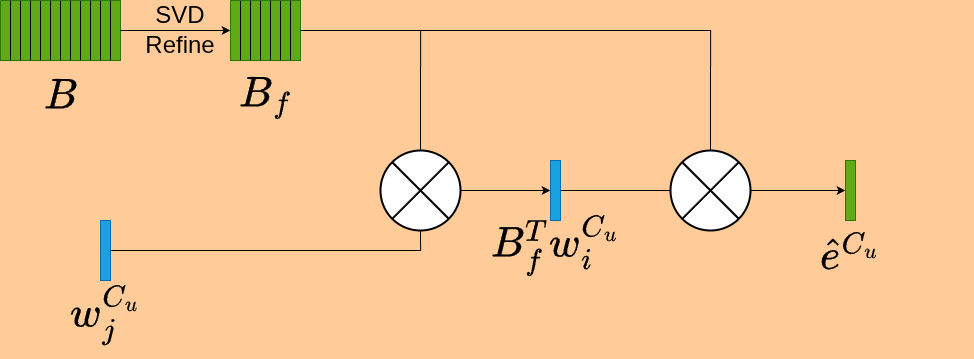
The draw.io diagram images/Class_embedding_mapping.drawio.png in samjoash9/SFSAGEpaper, before a commit. Source tidied: cells renumbered, new cells last; positions are measured from the earlier drawing's top-left corner, leaving out a move shared by most shapes. The source it was exported from:
```xml
<mxGraphModel background="#FFCC99" math="1">
  <root>
    <mxCell id="0" />
    <mxCell id="1" parent="0" />
    <mxCell id="2" style="verticalLabelPosition=bottom;verticalAlign=top;html=1;shape=mxgraph.basic.patternFillRect;fillStyle=vert;step=10;fillStrokeWidth=1;fillStrokeColor=#000000;fillColor=#60a917;strokeColor=#2D7600;fontColor=#ffffff;" parent="1" vertex="1">
      <mxGeometry width="120" height="60" as="geometry" />
    </mxCell>
    <mxCell id="3" value="&lt;font style=&quot;font-size: 36px;&quot;&gt;\(B\)&lt;/font&gt;" style="text;html=1;whiteSpace=wrap;strokeColor=none;fillColor=none;align=center;verticalAlign=middle;rounded=0;" parent="1" vertex="1">
      <mxGeometry x="30" y="80" width="60" height="30" as="geometry" />
    </mxCell>
    <mxCell id="4" style="verticalLabelPosition=bottom;verticalAlign=top;html=1;shape=mxgraph.basic.patternFillRect;fillStyle=vert;step=10;fillStrokeWidth=1;fillStrokeColor=#000000;fillColor=#60a917;strokeColor=#2D7600;fontColor=#ffffff;" parent="1" vertex="1">
      <mxGeometry x="230" width="70" height="60" as="geometry" />
    </mxCell>
    <mxCell id="5" value="&lt;font style=&quot;font-size: 36px;&quot;&gt;\(B_f\)&lt;/font&gt;" style="text;html=1;whiteSpace=wrap;strokeColor=none;fillColor=none;align=center;verticalAlign=middle;rounded=0;" parent="1" vertex="1">
      <mxGeometry x="235" y="80" width="60" height="30" as="geometry" />
    </mxCell>
    <mxCell id="6" style="edgeStyle=orthogonalEdgeStyle;rounded=0;jettySize=auto;html=1;entryX=0;entryY=0.5;entryDx=0;entryDy=0;entryPerimeter=0;" parent="1" edge="1" source="2" target="4">
      <mxGeometry relative="1" as="geometry" />
    </mxCell>
    <mxCell id="7" value="&lt;font style=&quot;font-size: 24px;&quot;&gt;SVD&lt;/font&gt;" style="text;html=1;whiteSpace=wrap;strokeColor=none;fillColor=none;align=center;verticalAlign=middle;rounded=0;" parent="1" vertex="1">
      <mxGeometry x="150" width="60" height="30" as="geometry" />
    </mxCell>
    <mxCell id="8" value="&lt;font style=&quot;font-size: 24px;&quot;&gt;Refine&lt;/font&gt;" style="text;html=1;whiteSpace=wrap;strokeColor=none;fillColor=none;align=center;verticalAlign=middle;rounded=0;" parent="1" vertex="1">
      <mxGeometry x="150" y="30" width="60" height="30" as="geometry" />
    </mxCell>
    <mxCell id="9" style="whiteSpace=wrap;html=1;fillColor=#1ba1e2;fontColor=#ffffff;strokeColor=#006EAF;" parent="1" vertex="1">
      <mxGeometry x="100" y="220" width="10" height="60" as="geometry" />
    </mxCell>
    <mxCell id="10" value="&lt;font style=&quot;font-size: 36px;&quot;&gt;\(w^{C_u}_j\)&lt;/font&gt;" style="text;html=1;whiteSpace=wrap;strokeColor=none;fillColor=none;align=center;verticalAlign=middle;rounded=0;" parent="1" vertex="1">
      <mxGeometry x="75" y="300" width="60" height="30" as="geometry" />
    </mxCell>
    <mxCell id="11" style="edgeStyle=orthogonalEdgeStyle;rounded=0;jettySize=auto;html=1;entryX=0;entryY=0.5;entryDx=0;entryDy=0;" parent="1" edge="1" source="12" target="15">
      <mxGeometry relative="1" as="geometry" />
    </mxCell>
    <mxCell id="12" style="verticalLabelPosition=bottom;verticalAlign=top;html=1;shape=mxgraph.flowchart.or;strokeWidth=2;" parent="1" vertex="1">
      <mxGeometry x="380" y="150" width="80" height="80" as="geometry" />
    </mxCell>
    <mxCell id="13" style="edgeStyle=orthogonalEdgeStyle;rounded=0;jettySize=auto;html=1;entryX=0.5;entryY=0;entryDx=0;entryDy=0;entryPerimeter=0;endArrow=none;endFill=0;" parent="1" edge="1" source="4" target="12">
      <mxGeometry relative="1" as="geometry" />
    </mxCell>
    <mxCell id="14" style="edgeStyle=orthogonalEdgeStyle;rounded=0;jettySize=auto;html=1;entryX=0.5;entryY=1;entryDx=0;entryDy=0;entryPerimeter=0;endArrow=none;endFill=0;" parent="1" edge="1" source="9" target="12">
      <mxGeometry relative="1" as="geometry" />
    </mxCell>
    <mxCell id="15" style="whiteSpace=wrap;html=1;fillColor=#1ba1e2;fontColor=#ffffff;strokeColor=#006EAF;" parent="1" vertex="1">
      <mxGeometry x="550" y="160" width="10" height="60" as="geometry" />
    </mxCell>
    <mxCell id="16" value="&lt;font style=&quot;font-size: 36px;&quot;&gt;\(B^T_fw^{C_u}_i\)&lt;/font&gt;" style="text;html=1;whiteSpace=wrap;strokeColor=none;fillColor=none;align=center;verticalAlign=middle;rounded=0;" parent="1" vertex="1">
      <mxGeometry x="525" y="230" width="60" height="30" as="geometry" />
    </mxCell>
    <mxCell id="17" style="edgeStyle=orthogonalEdgeStyle;rounded=0;jettySize=auto;html=1;entryX=0;entryY=0.5;entryDx=0;entryDy=0;" parent="1" edge="1" source="18" target="21">
      <mxGeometry relative="1" as="geometry" />
    </mxCell>
    <mxCell id="18" style="verticalLabelPosition=bottom;verticalAlign=top;html=1;shape=mxgraph.flowchart.or;strokeWidth=2;" parent="1" vertex="1">
      <mxGeometry x="670" y="150" width="80" height="80" as="geometry" />
    </mxCell>
    <mxCell id="19" style="edgeStyle=orthogonalEdgeStyle;rounded=0;jettySize=auto;html=1;entryX=0;entryY=0.5;entryDx=0;entryDy=0;entryPerimeter=0;endArrow=none;endFill=0;" parent="1" edge="1" source="15" target="18">
      <mxGeometry relative="1" as="geometry" />
    </mxCell>
    <mxCell id="20" style="edgeStyle=orthogonalEdgeStyle;rounded=0;jettySize=auto;html=1;entryX=0.5;entryY=0;entryDx=0;entryDy=0;entryPerimeter=0;endArrow=none;endFill=0;" parent="1" edge="1" source="4" target="18">
      <mxGeometry relative="1" as="geometry" />
    </mxCell>
    <mxCell id="21" style="whiteSpace=wrap;html=1;fillColor=#60a917;fontColor=#ffffff;strokeColor=#2D7600;" parent="1" vertex="1">
      <mxGeometry x="845" y="160" width="10" height="60" as="geometry" />
    </mxCell>
    <mxCell id="22" value="&lt;font style=&quot;font-size: 36px;&quot;&gt;\(\hat{e}^{C_u}\)&lt;/font&gt;" style="text;html=1;whiteSpace=wrap;strokeColor=none;fillColor=none;align=center;verticalAlign=middle;rounded=0;" parent="1" vertex="1">
      <mxGeometry x="820" y="240" width="60" height="30" as="geometry" />
    </mxCell>
  </root>
</mxGraphModel>
```
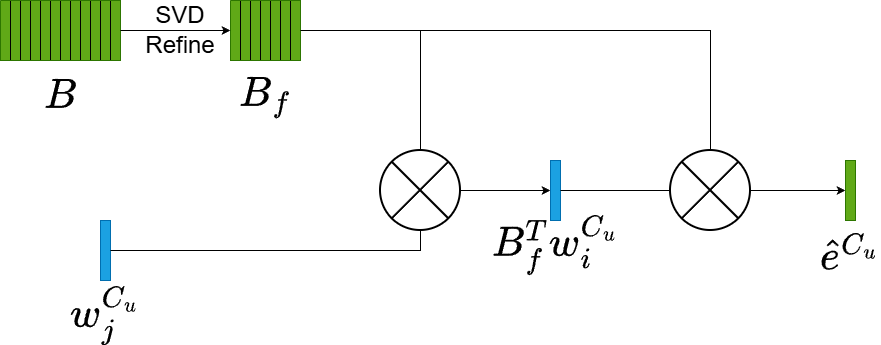
After the commit.

Diff of the diagram source:
```diff
@@ -1,4 +1,4 @@
-<mxGraphModel background="#FFCC99" math="1">
+<mxGraphModel background="#FFFFFF" math="1">
   <root>
     <mxCell id="0" />
     <mxCell id="1" parent="0" />
```
